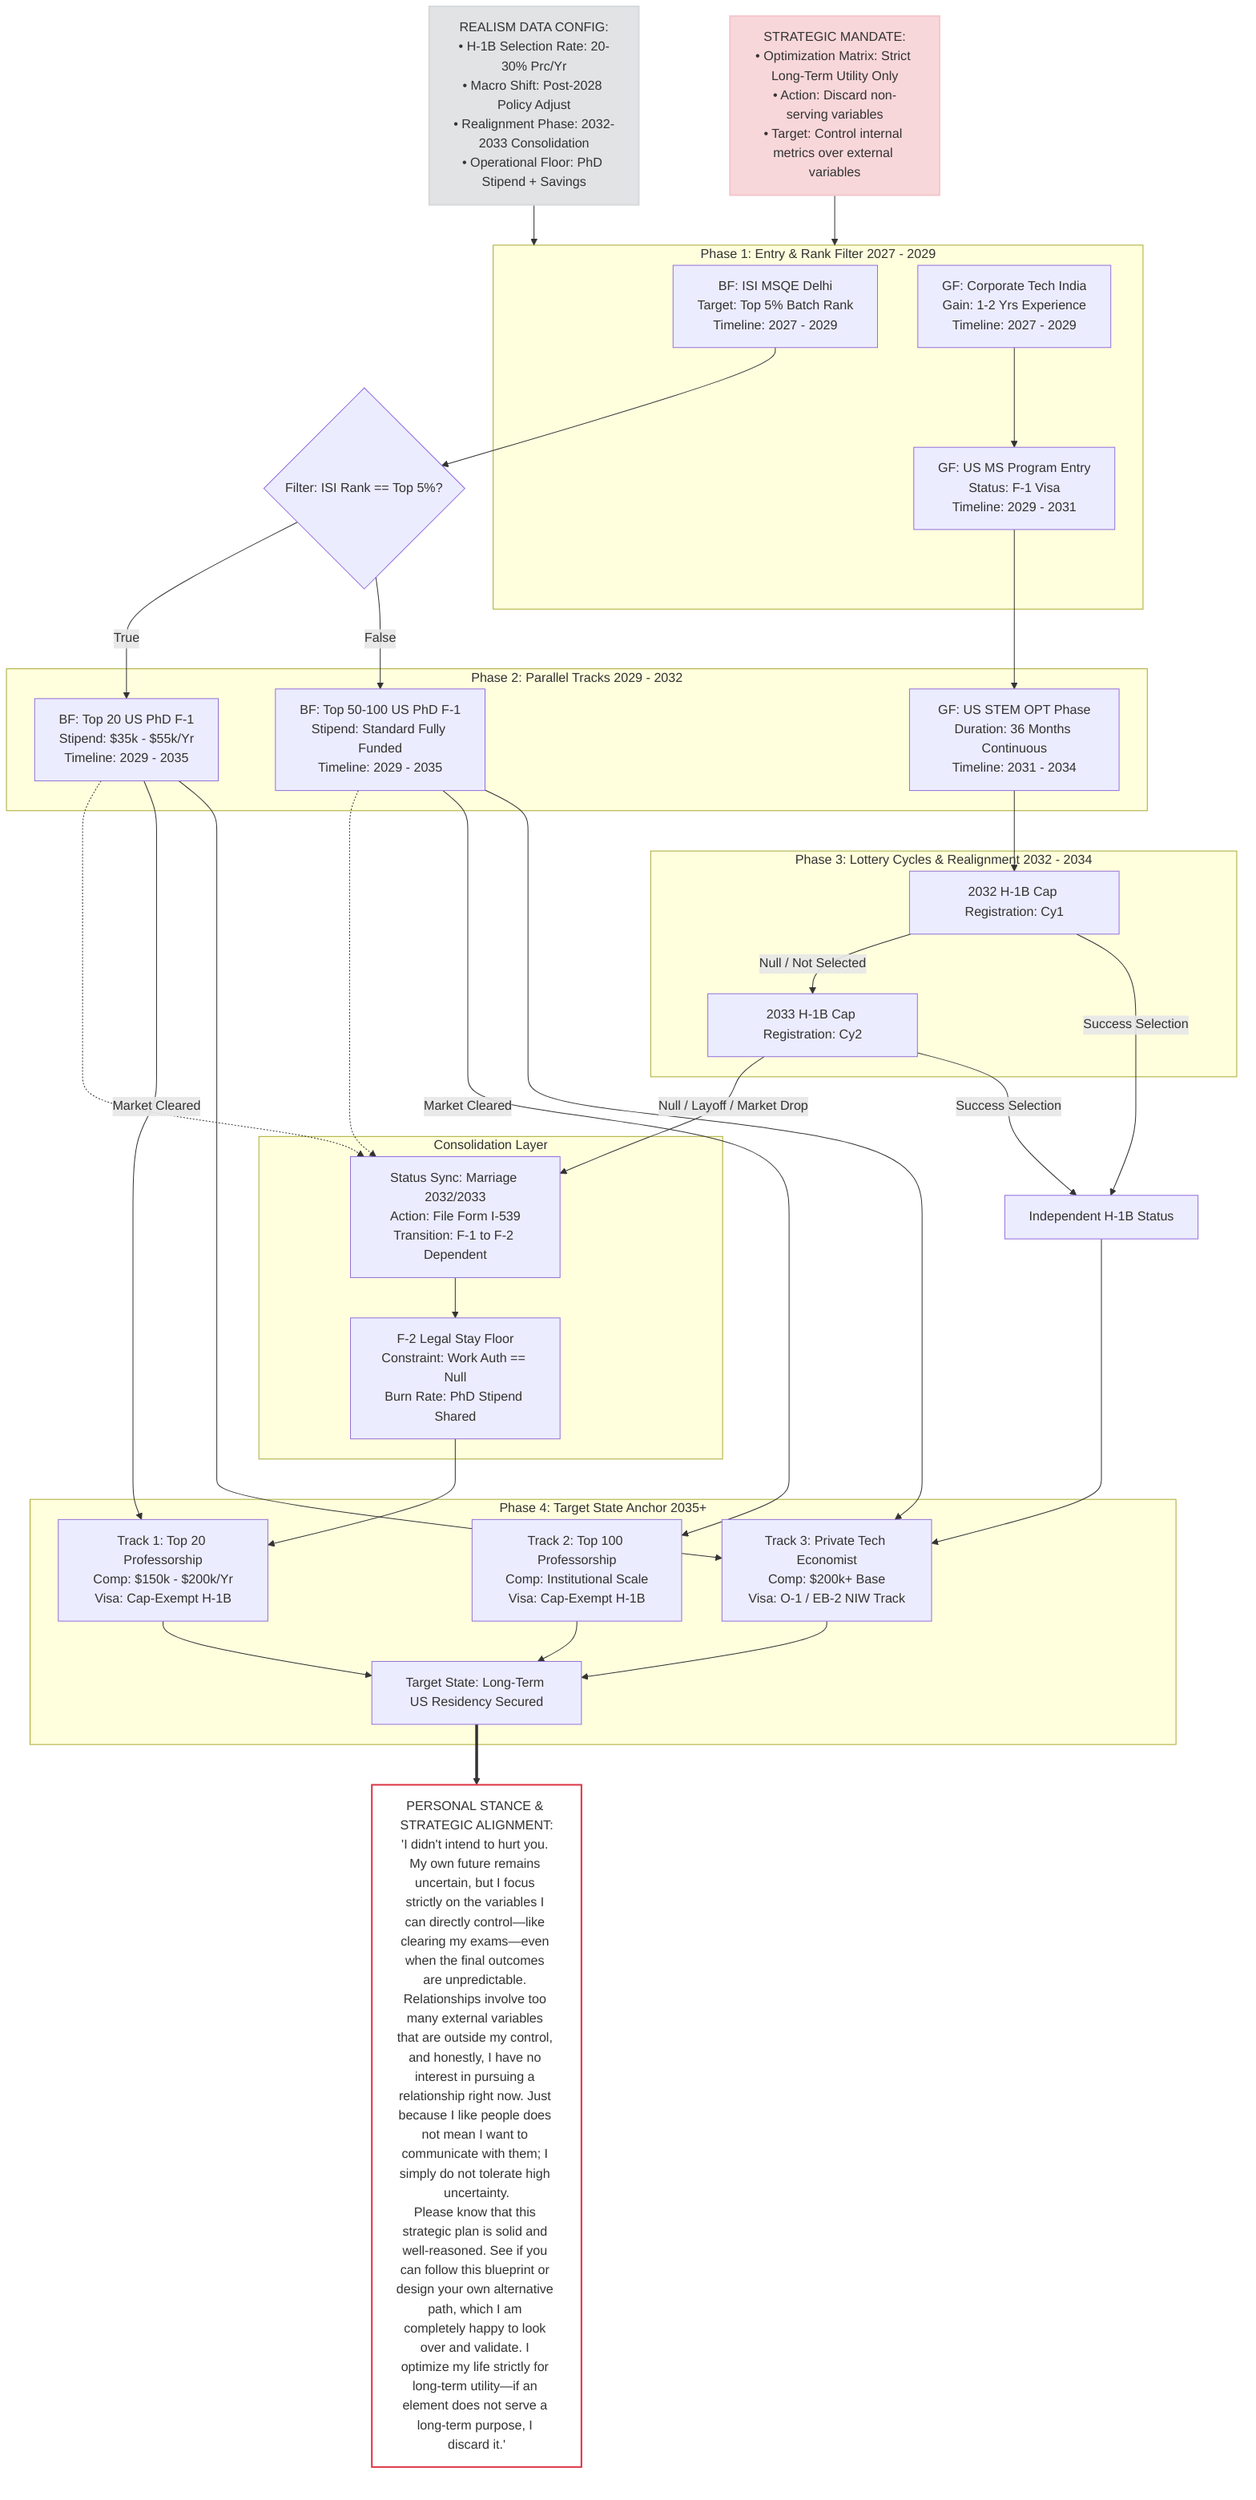
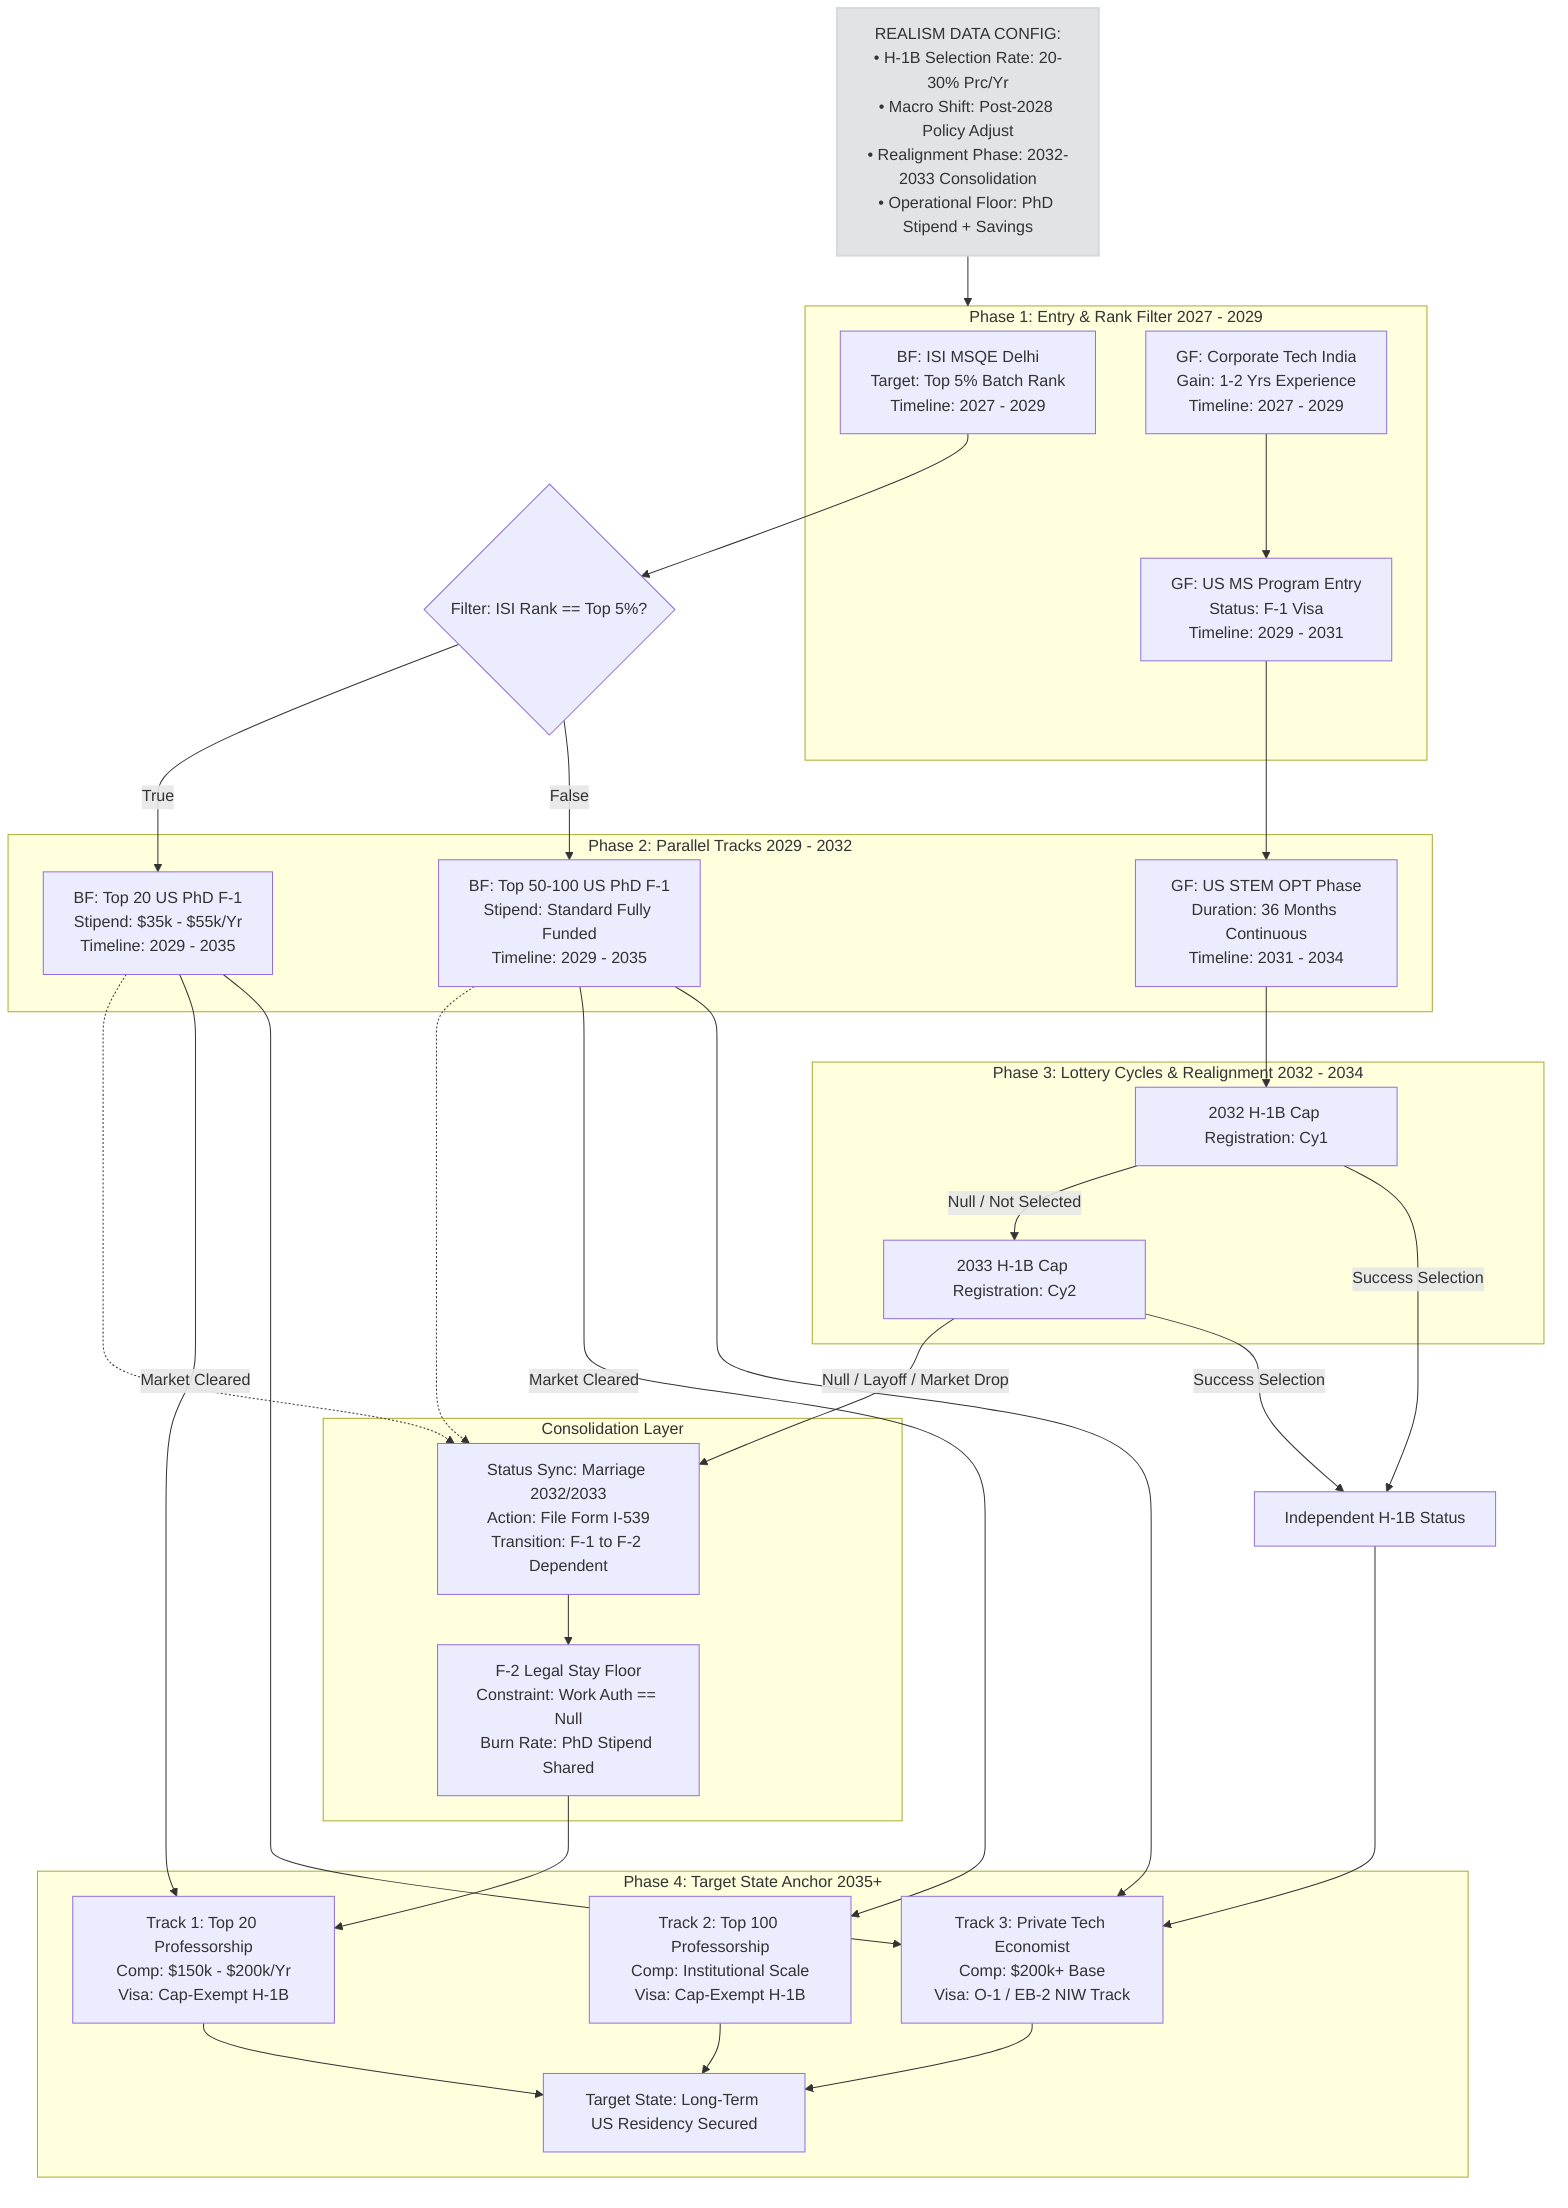
graph TD
    %% ---------------------------------------------
-     %% SYSTEM CONFIGURATION DATA NODES
+     %% DATA NODES & PARAMETERS
    %% ---------------------------------------------
    Note_0[REALISM DATA CONFIG:<br>• H-1B Selection Rate: 20-30% Prc/Yr<br>• Macro Shift: Post-2028 Policy Adjust<br>• Realignment Phase: 2032-2033 Consolidation<br>• Operational Floor: PhD Stipend + Savings]
    style Note_0 fill:#e2e3e5,stroke:#d6d8db,stroke-width:2px

-     Note_Personal[STRATEGIC MANDATE:<br>• Optimization Matrix: Strict Long-Term Utility Only<br>• Action: Discard non-serving variables<br>• Target: Control internal metrics over external variables]
-     style Note_Personal fill:#f8d7da,stroke:#f5c6cb,stroke-width:2px
- 
-     %% CONNECTIONS TO CORE PROCESS
-     Note_0 --> P1
-     Note_Personal --> P1
- 
-     %% ---------------------------------------------
-     %% PHASE 1: ENTRY & RANK FILTER (2027-2029)
-     %% ---------------------------------------------
+     %% PHASE 1
    subgraph P1 [Phase 1: Entry & Rank Filter 2027 - 2029]
        A_MSQE[BF: ISI MSQE Delhi<br>Target: Top 5% Batch Rank<br>Timeline: 2027 - 2029]
        B_IND[GF: Corporate Tech India<br>Gain: 1-2 Yrs Experience<br>Timeline: 2027 - 2029]
        B_USMS[GF: US MS Program Entry<br>Status: F-1 Visa<br>Timeline: 2029 - 2031]

        B_IND --> B_USMS
    end

+     Note_0 --> P1
+ 
    %% FILTERS & FORKS
    Rank_Check{Filter: ISI Rank == Top 5%?}
    A_MSQE --> Rank_Check

-     %% ---------------------------------------------
-     %% PHASE 2: PARALLEL TRACKS (2029-2032)
-     %% ---------------------------------------------
+     %% PHASE 2
    subgraph P2 [Phase 2: Parallel Tracks 2029 - 2032]
        A_PhD_T20[BF: Top 20 US PhD F-1<br>Stipend: $35k - $55k/Yr<br>Timeline: 2029 - 2035]
        A_PhD_T100[BF: Top 50-100 US PhD F-1<br>Stipend: Standard Fully Funded<br>Timeline: 2029 - 2035]
        B_OPT[GF: US STEM OPT Phase<br>Duration: 36 Months Continuous<br>Timeline: 2031 - 2034]
    end

    Rank_Check -- "True" --> A_PhD_T20
    Rank_Check -- "False" --> A_PhD_T100
    B_USMS --> B_OPT

-     %% ---------------------------------------------
-     %% PHASE 3: LOTTERY CYCLES & REALIGNMENT (2032-2034)
-     %% ---------------------------------------------
+     %% PHASE 3
    subgraph P3 [Phase 3: Lottery Cycles & Realignment 2032 - 2034]
        L1[2032 H-1B Cap Registration: Cy1]
        L2[2033 H-1B Cap Registration: Cy2]

        B_OPT --> L1
        L1 -- "Null / Not Selected" --> L2
    end

    %% REALIGNMENT CONTROL LOGIC
    subgraph Realignment [Consolidation Layer]
        M_33[Status Sync: Marriage 2032/2033<br>Action: File Form I-539<br>Transition: F-1 to F-2 Dependent]
        F2_Stay[F-2 Legal Stay Floor<br>Constraint: Work Auth == Null<br>Burn Rate: PhD Stipend Shared]
        M_33 --> F2_Stay
    end

    L2 -- "Null / Layoff / Market Drop" --> M_33
    A_PhD_T20 -.-> M_33
    A_PhD_T100 -.-> M_33

-     %% ---------------------------------------------
-     %% PHASE 4: TARGET STATE ANCHOR (2035+)
-     %% ---------------------------------------------
+     %% PHASE 4
    subgraph P4 [Phase 4: Target State Anchor 2035+]
        Out_Acad_T20[Track 1: Top 20 Professorship<br>Comp: $150k - $200k/Yr<br>Visa: Cap-Exempt H-1B]
        Out_Acad_T100[Track 2: Top 100 Professorship<br>Comp: Institutional Scale<br>Visa: Cap-Exempt H-1B]
        Out_Ind_Econ[Track 3: Private Tech Economist<br>Comp: $200k+ Base<br>Visa: O-1 / EB-2 NIW Track]

        System_Locked[Target State: Long-Term US Residency Secured]

        Out_Acad_T20 --> System_Locked
        Out_Acad_T100 --> System_Locked
        Out_Ind_Econ --> System_Locked
    end

    %% INTERSECT ROUTING
    L1 -- "Success Selection" --> Corp_H1B[Independent H-1B Status]
    L2 -- "Success Selection" --> Corp_H1B
    Corp_H1B --> Out_Ind_Econ

    F2_Stay --> Out_Acad_T20
    A_PhD_T20 -- "Market Cleared" --> Out_Acad_T20
    A_PhD_T100 -- "Market Cleared" --> Out_Acad_T100
    A_PhD_T20 --> Out_Ind_Econ
    A_PhD_T100 --> Out_Ind_Econ
- 
-     %% ---------------------------------------------
-     %% HORIZONTAL PERSONAL STANCE BANNER AT BOTTOM
-     %% ---------------------------------------------
-     System_Locked ==> Personal_Stance["PERSONAL STANCE & STRATEGIC ALIGNMENT:<br>'I didn't intend to hurt you. My own future remains uncertain, but I focus strictly on the variables I can directly control—like clearing my exams—even when the final outcomes are unpredictable. Relationships involve too many external variables that are outside my control, and honestly, I have no interest in pursuing a relationship right now. Just because I like people does not mean I want to communicate with them; I simply do not tolerate high uncertainty.<br>Please know that this strategic plan is solid and well-reasoned. See if you can follow this blueprint or design your own alternative path, which I am completely happy to look over and validate. I optimize my life strictly for long-term utility—if an element does not serve a long-term purpose, I discard it.'"]
-     style Personal_Stance fill:#fff,stroke:#dc3545,stroke-width:2px
